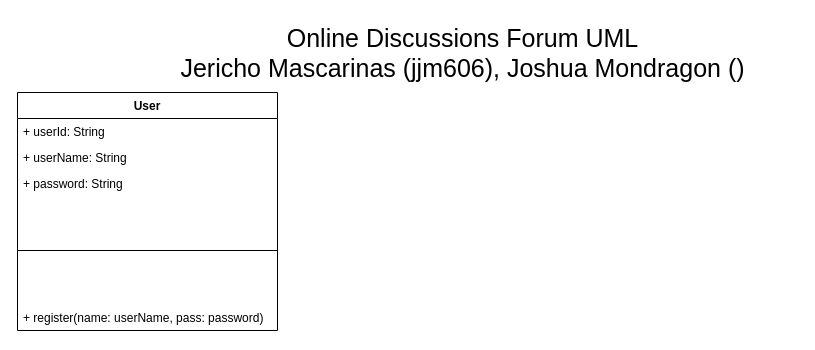
Above: CS213UML.drawio in jerichom23/SoftMethP2 (draw.io), before the change. Source tidied: cells renumbered, new cells numbered last; positions are measured from the earlier drawing's top-left corner, leaving out a move shared by most shapes. Both pictures are drawn from the tidied source at 100%, with x=0, y=0 at pixel (17, 17).
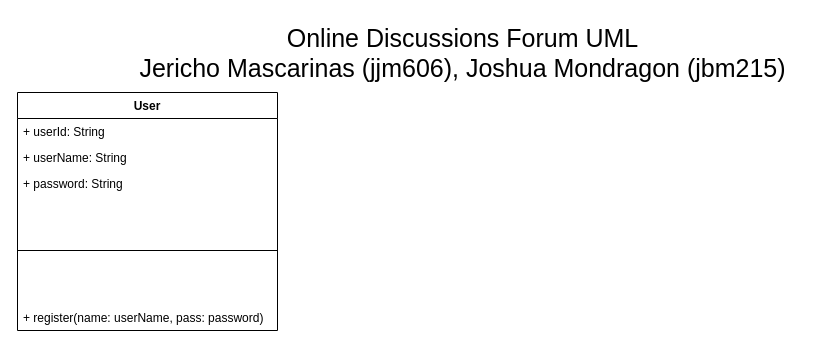
The same page after the edit.

Commit message:
Added partner names

What changed in the source:
```diff
@@
 <mxGraphModel>
   <root>
     <mxCell id="0" />
     <mxCell id="1" parent="0" />
-    <mxCell id="2" value="&lt;font style=&quot;font-size: 25px;&quot;&gt;Online Discussions Forum UML&lt;/font&gt;&lt;div&gt;&lt;font style=&quot;font-size: 25px;&quot;&gt;Jericho Mascarinas (jjm606), Joshua Mondragon ()&lt;/font&gt;&lt;/div&gt;" style="text;html=1;align=center;verticalAlign=middle;strokeColor=none;fillColor=none;" parent="1" vertex="1">
-      <mxGeometry x="150" width="590" height="70" as="geometry" />
+    <mxCell id="2" value="&lt;font style=&quot;font-size: 25px;&quot;&gt;Online Discussions Forum UML&lt;/font&gt;&lt;div&gt;&lt;font style=&quot;font-size: 25px;&quot;&gt;Jericho Mascarinas (jjm606), Joshua Mondragon (jbm215)&lt;/font&gt;&lt;/div&gt;" style="text;html=1;align=center;verticalAlign=middle;strokeColor=none;fillColor=none;" parent="1" vertex="1">
+      <mxGeometry x="110" width="670" height="70" as="geometry" />
     </mxCell>
     <mxCell id="3" value="User" style="swimlane;fontStyle=1;align=center;verticalAlign=top;horizontal=1;startSize=26;whiteSpace=wrap;html=1;" parent="1" vertex="1">
       <mxGeometry y="75" width="260" height="238" as="geometry" />
     </mxCell>
     <mxCell id="4" value="+ userId: String" style="text;strokeColor=none;fillColor=none;align=left;verticalAlign=top;spacingLeft=4;spacingRight=4;overflow=hidden;whiteSpace=wrap;html=1;" parent="3" vertex="1">
       <mxGeometry y="26" width="260" height="26" as="geometry" />
     </mxCell>
     <mxCell id="5" value="+ userName: String" style="text;strokeColor=none;fillColor=none;align=left;verticalAlign=top;spacingLeft=4;spacingRight=4;overflow=hidden;whiteSpace=wrap;html=1;" parent="3" vertex="1">
       <mxGeometry y="52" width="260" height="26" as="geometry" />
     </mxCell>
     <mxCell id="6" value="+ password: String" style="text;strokeColor=none;fillColor=none;align=left;verticalAlign=top;spacingLeft=4;spacingRight=4;overflow=hidden;whiteSpace=wrap;html=1;" parent="3" vertex="1">
       <mxGeometry y="78" width="260" height="26" as="geometry" />
     </mxCell>
     <mxCell id="7" style="line;strokeWidth=1;fillColor=none;align=left;verticalAlign=middle;spacingTop=-1;spacingLeft=3;spacingRight=3;labelPosition=right;strokeColor=inherit;" parent="3" vertex="1">
       <mxGeometry y="104" width="260" height="108" as="geometry" />
     </mxCell>
     <mxCell id="8" value="+ register(name: userName, pass: password)" style="text;strokeColor=none;fillColor=none;align=left;verticalAlign=top;spacingLeft=4;spacingRight=4;overflow=hidden;whiteSpace=wrap;html=1;" parent="3" vertex="1">
       <mxGeometry y="212" width="260" height="26" as="geometry" />
     </mxCell>
   </root>
 </mxGraphModel>
```
